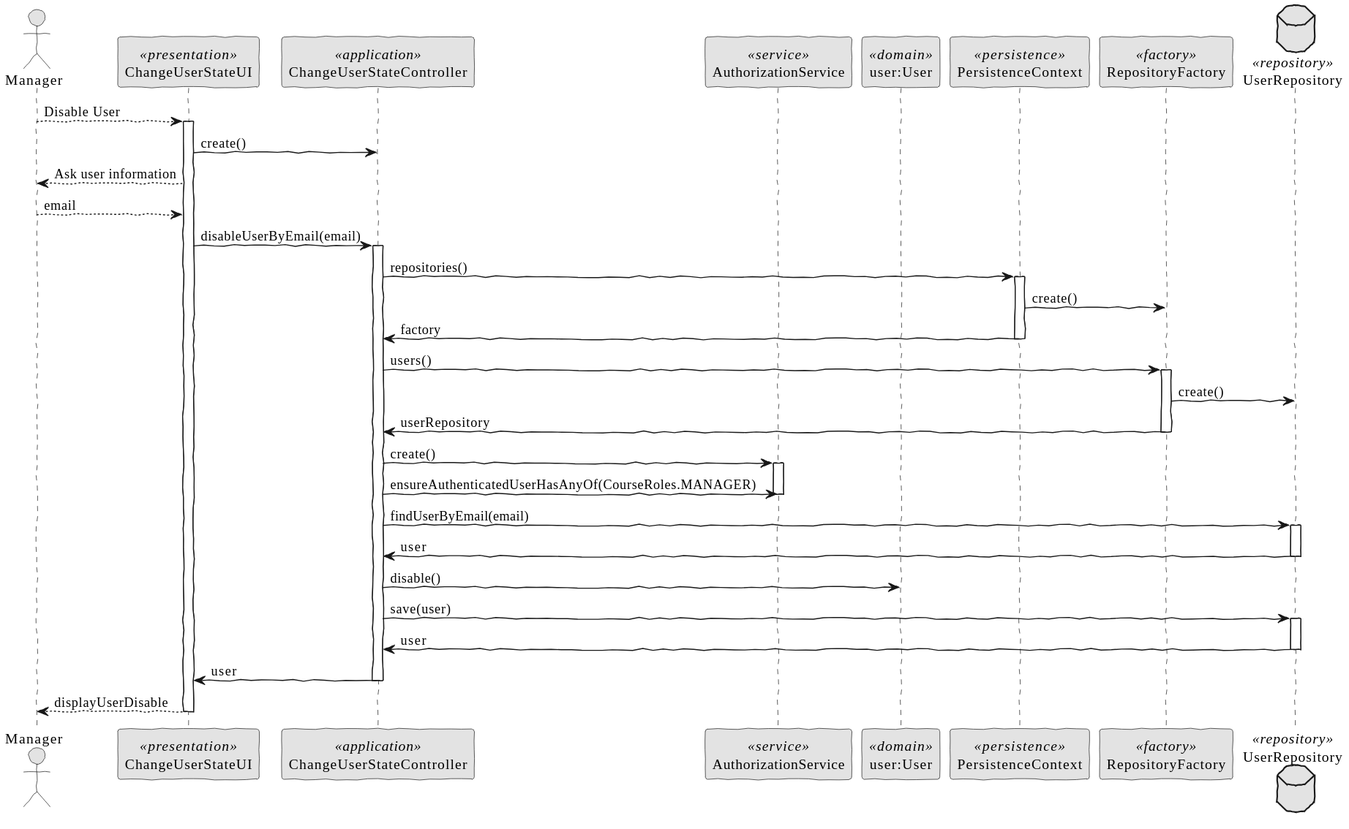
The PlantUML diagram docs/SPRINT B/US_1001/SD/ChangeUsersState-Disable-SD.svg in brunacosta03/sem4pi_22_23, before a commit. Its diagram source:
```plantuml
@startuml
skinparam handwritten true
skinparam monochrome true
skinparam packageStyle rect
skinparam defaultFontName FG Virgil
skinparam shadowing false

actor Manager as Actor
participant ChangeUserStateUI as UI <<presentation>>
participant ChangeUserStateController as Controller <<application>>
participant AuthorizationService as AuthzService <<service>>
participant "user:User" as Domain <<domain>>
participant PersistenceContext as Persistence <<persistence>>
participant RepositoryFactory as Factory <<factory>>
database UserRepository as Repository <<repository>>


Actor --> UI: Disable User
activate UI
    UI -> Controller: create()
    UI --> Actor: Ask user information

    Actor --> UI: email

    UI -> Controller: disableUserByEmail(email)
    activate Controller

        Controller -> Persistence: repositories()
        activate Persistence
        Persistence -> Factory: create()
        Persistence -> Controller: factory
        deactivate Persistence

        Controller -> Factory: users()
        activate Factory
        Factory -> Repository: create()
        Factory -> Controller: userRepository
        deactivate Factory

        Controller -> AuthzService: create()
        activate AuthzService
        Controller -> AuthzService: ensureAuthenticatedUserHasAnyOf(CourseRoles.MANAGER)
        deactivate AuthzService

        Controller -> Repository: findUserByEmail(email)
        activate Repository
        Repository -> Controller: user
        deactivate Repository

        Controller -> Domain: disable()

        Controller -> Repository: save(user)
        activate Repository
        Repository -> Controller: user
        deactivate Repository

        Controller -> UI:user
        deactivate Controller
        UI --> Actor: displayUserDisable

deactivate UI
@enduml
```
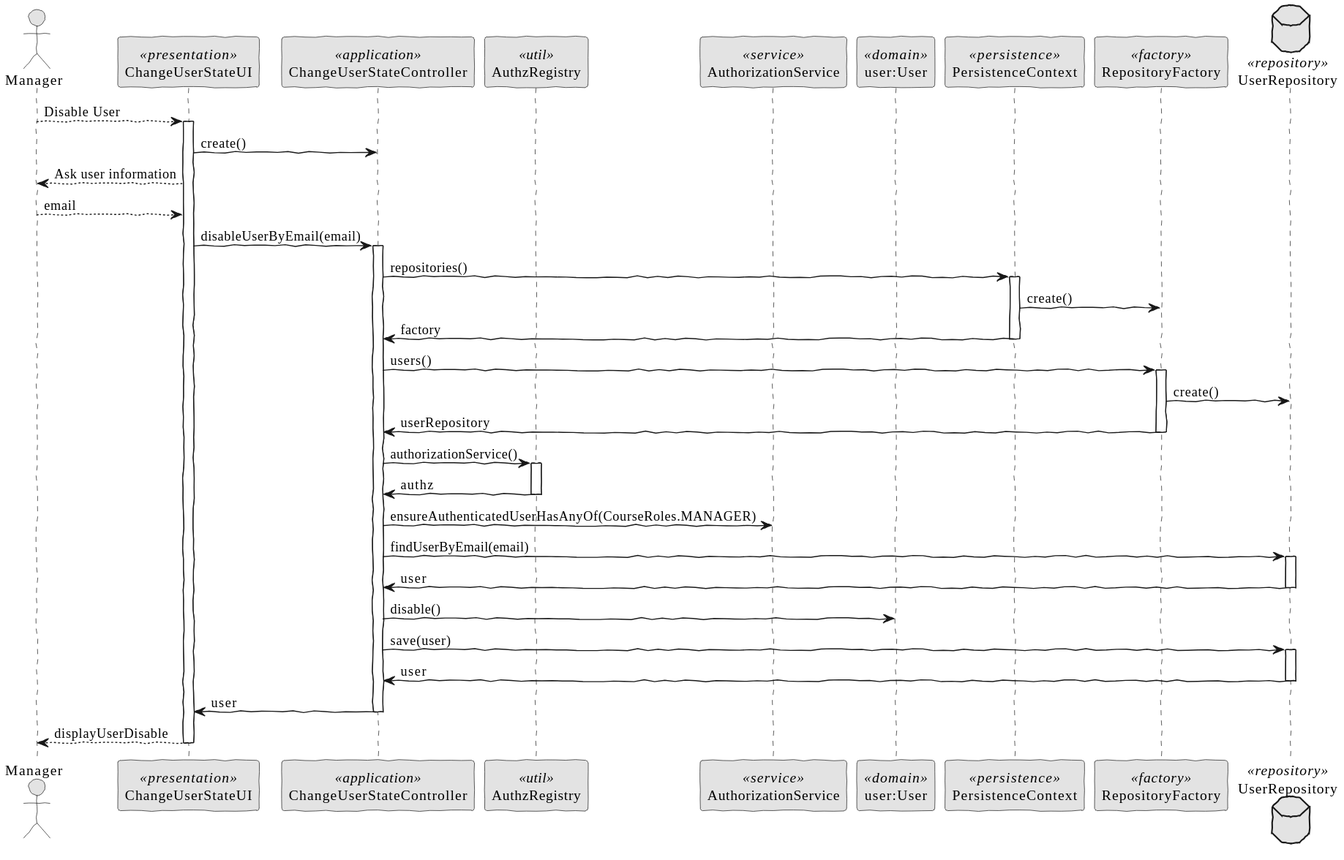
The same diagram one commit later.

The edit, as a diff of the source:
```diff
@@ -8,6 +8,7 @@
 actor Manager as Actor
 participant ChangeUserStateUI as UI <<presentation>>
 participant ChangeUserStateController as Controller <<application>>
+participant AuthzRegistry as Registry <<util>>
 participant AuthorizationService as AuthzService <<service>>
 participant "user:User" as Domain <<domain>>
 participant PersistenceContext as Persistence <<persistence>>
@@ -37,10 +38,13 @@
         Factory -> Controller: userRepository
         deactivate Factory
 
-        Controller -> AuthzService: create()
-        activate AuthzService
+        Controller -> Registry: authorizationService()
+        activate Registry
+        Registry -> Controller: authz
+        deactivate Registry
+
         Controller -> AuthzService: ensureAuthenticatedUserHasAnyOf(CourseRoles.MANAGER)
-        deactivate AuthzService
+
 
         Controller -> Repository: findUserByEmail(email)
         activate Repository
```
